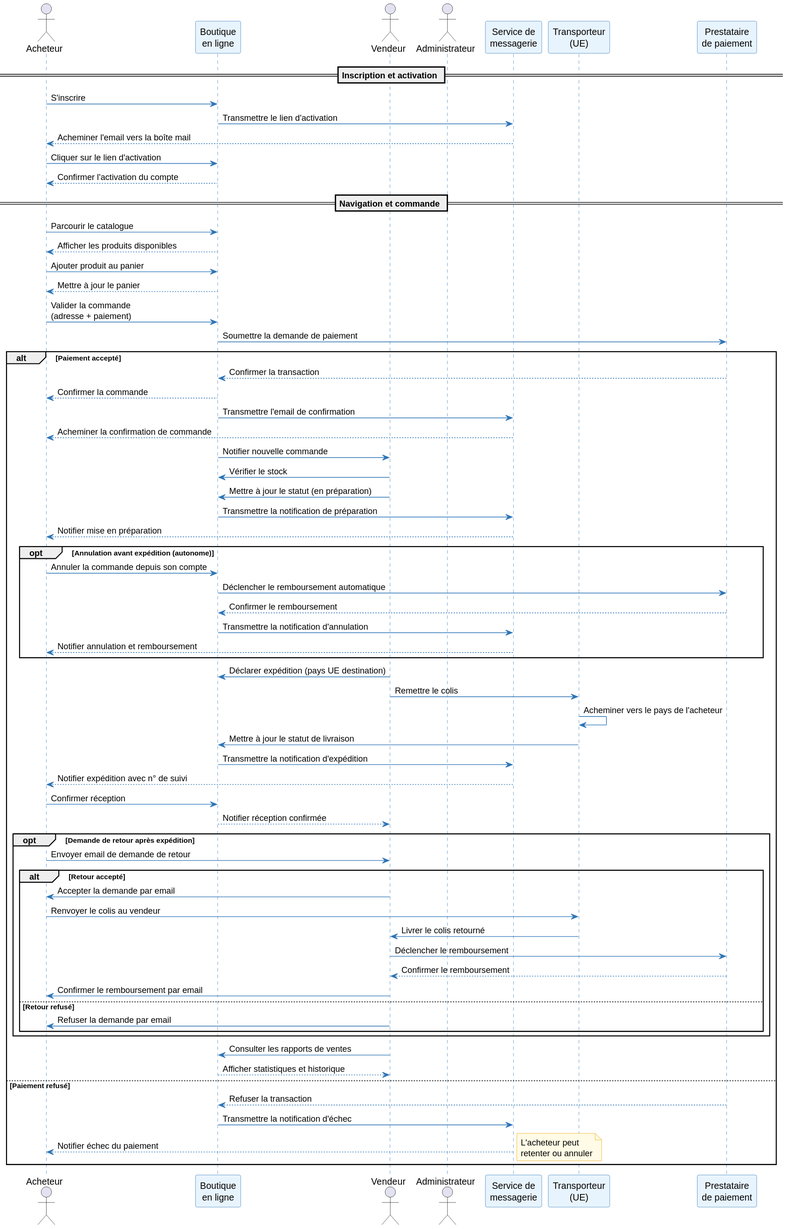
louistalvande/online_shop keeps this PlantUML diagram as architecture/01-operational-analysis/diagrams/oa-sequence.svg. Above is the earlier version. Its diagram source:
```plantuml
@startuml
skinparam sequenceArrowColor #2E75B6
skinparam sequenceParticipantBackgroundColor #E8F4FD
skinparam sequenceParticipantBorderColor #2E75B6
skinparam sequenceLifeLineBorderColor #2E75B6
skinparam noteBorderColor #F0A500
skinparam noteBackgroundColor #FFFBE6

actor Acheteur as Buyer
participant "Boutique\nen ligne" as Shop
actor Vendeur as Vendor
actor Administrateur as Admin
participant "Service de\nmessagerie" as Mail
participant "Transporteur\n(UE)" as Carrier
participant "Prestataire\nde paiement" as Payment

== Inscription et activation ==
Buyer -> Shop : S'inscrire
Shop -> Mail : Transmettre le lien d'activation
Mail --> Buyer : Acheminer l'email vers la boîte mail
Buyer -> Shop : Cliquer sur le lien d'activation
Shop --> Buyer : Confirmer l'activation du compte

== Navigation et commande ==
Buyer -> Shop : Parcourir le catalogue
Shop --> Buyer : Afficher les produits disponibles

Buyer -> Shop : Ajouter produit au panier
Shop --> Buyer : Mettre à jour le panier

Buyer -> Shop : Valider la commande\n(adresse + paiement)
Shop -> Payment : Soumettre la demande de paiement

alt Paiement accepté
  Payment --> Shop : Confirmer la transaction
  Shop --> Buyer : Confirmer la commande
  Shop -> Mail : Transmettre l'email de confirmation
  Mail --> Buyer : Acheminer la confirmation de commande
  Shop -> Vendor : Notifier nouvelle commande

  Vendor -> Shop : Vérifier le stock
  Vendor -> Shop : Mettre à jour le statut (en préparation)
  Shop -> Mail : Transmettre la notification de préparation
  Mail --> Buyer : Notifier mise en préparation

  opt Annulation avant expédition (autonome)
    Buyer -> Shop : Annuler la commande depuis son compte
    Shop -> Payment : Déclencher le remboursement automatique
    Payment --> Shop : Confirmer le remboursement
    Shop -> Mail : Transmettre la notification d'annulation
    Mail --> Buyer : Notifier annulation et remboursement
  end

  Vendor -> Shop : Déclarer expédition (pays UE destination)
  Vendor -> Carrier : Remettre le colis
  Carrier -> Carrier : Acheminer vers le pays de l'acheteur
  Carrier -> Shop : Mettre à jour le statut de livraison
  Shop -> Mail : Transmettre la notification d'expédition
  Mail --> Buyer : Notifier expédition avec n° de suivi

  Buyer -> Shop : Confirmer réception
  Shop --> Vendor : Notifier réception confirmée

  opt Demande de retour après expédition
    Buyer -> Vendor : Envoyer email de demande de retour
    alt Retour accepté
      Vendor -> Buyer : Accepter la demande par email
      Buyer -> Carrier : Renvoyer le colis au vendeur
      Carrier -> Vendor : Livrer le colis retourné
      Vendor -> Payment : Déclencher le remboursement
      Payment --> Vendor : Confirmer le remboursement
      Vendor -> Buyer : Confirmer le remboursement par email
    else Retour refusé
      Vendor -> Buyer : Refuser la demande par email
    end
  end

  Vendor -> Shop : Consulter les rapports de ventes
  Shop --> Vendor : Afficher statistiques et historique

else Paiement refusé
  Payment --> Shop : Refuser la transaction
  Shop -> Mail : Transmettre la notification d'échec
  Mail --> Buyer : Notifier échec du paiement
  note right : L'acheteur peut\nretenter ou annuler
end
@enduml
```
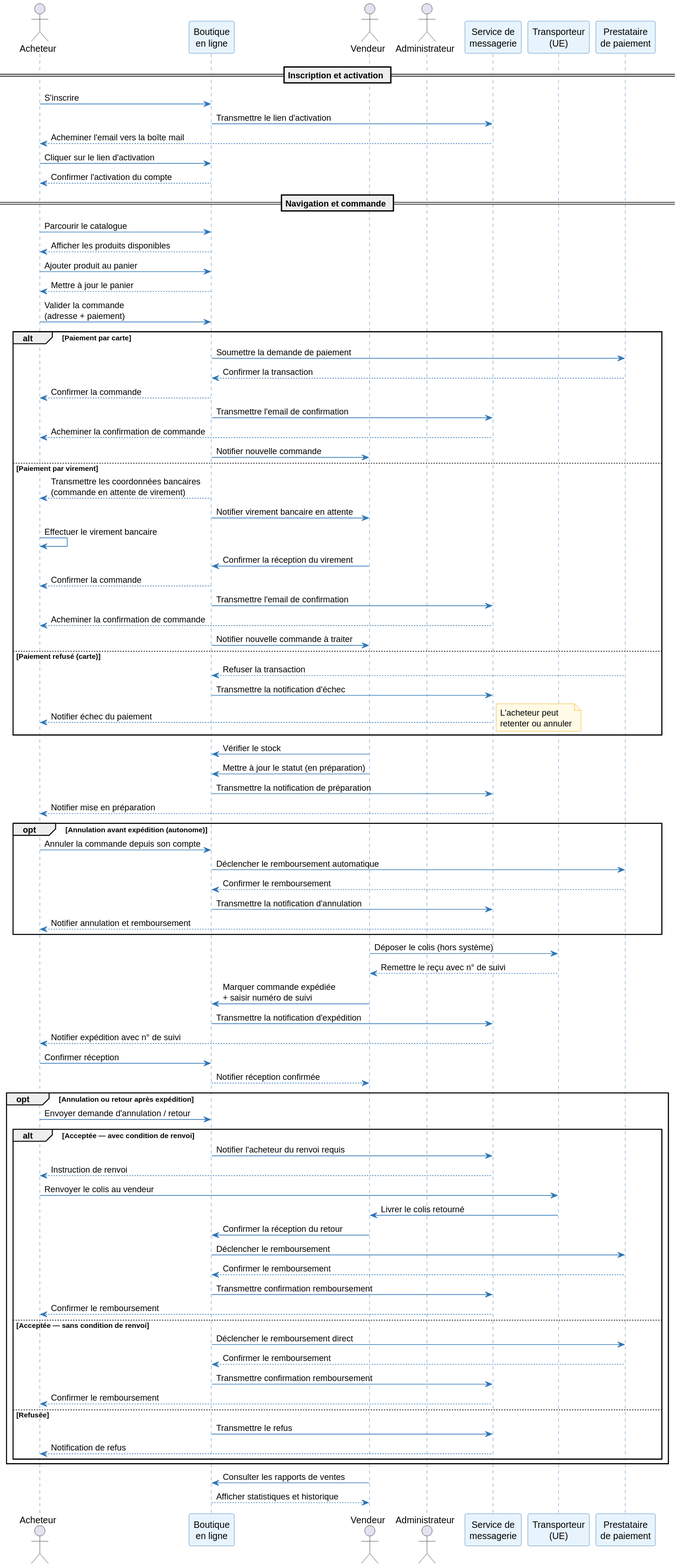
The same diagram one commit later.

What changed in the source:
```diff
@@ -29,14 +29,31 @@
 Shop --> Buyer : Mettre à jour le panier
 
 Buyer -> Shop : Valider la commande\n(adresse + paiement)
-Shop -> Payment : Soumettre la demande de paiement
 
-alt Paiement accepté
+alt Paiement par carte
+  Shop -> Payment : Soumettre la demande de paiement
   Payment --> Shop : Confirmer la transaction
   Shop --> Buyer : Confirmer la commande
   Shop -> Mail : Transmettre l'email de confirmation
   Mail --> Buyer : Acheminer la confirmation de commande
   Shop -> Vendor : Notifier nouvelle commande
+
+else Paiement par virement
+  Shop --> Buyer : Transmettre les coordonnées bancaires\n(commande en attente de virement)
+  Shop -> Vendor : Notifier virement bancaire en attente
+  Buyer -> Buyer : Effectuer le virement bancaire
+  Vendor -> Shop : Confirmer la réception du virement
+  Shop --> Buyer : Confirmer la commande
+  Shop -> Mail : Transmettre l'email de confirmation
+  Mail --> Buyer : Acheminer la confirmation de commande
+  Shop -> Vendor : Notifier nouvelle commande à traiter
+
+else Paiement refusé (carte)
+  Payment --> Shop : Refuser la transaction
+  Shop -> Mail : Transmettre la notification d'échec
+  Mail --> Buyer : Notifier échec du paiement
+  note right : L'acheteur peut\nretenter ou annuler
+end
 
   Vendor -> Shop : Vérifier le stock
   Vendor -> Shop : Mettre à jour le statut (en préparation)
@@ -51,37 +68,38 @@
     Mail --> Buyer : Notifier annulation et remboursement
   end
 
-  Vendor -> Shop : Déclarer expédition (pays UE destination)
-  Vendor -> Carrier : Remettre le colis
-  Carrier -> Carrier : Acheminer vers le pays de l'acheteur
-  Carrier -> Shop : Mettre à jour le statut de livraison
+  Vendor -> Carrier : Déposer le colis (hors système)
+  Carrier --> Vendor : Remettre le reçu avec n° de suivi
+  Vendor -> Shop : Marquer commande expédiée\n+ saisir numéro de suivi
   Shop -> Mail : Transmettre la notification d'expédition
   Mail --> Buyer : Notifier expédition avec n° de suivi
 
   Buyer -> Shop : Confirmer réception
   Shop --> Vendor : Notifier réception confirmée
 
-  opt Demande de retour après expédition
-    Buyer -> Vendor : Envoyer email de demande de retour
-    alt Retour accepté
-      Vendor -> Buyer : Accepter la demande par email
+  opt Annulation ou retour après expédition
+    Buyer -> Shop : Envoyer demande d'annulation / retour
+    alt Acceptée — avec condition de renvoi
+      Shop -> Mail : Notifier l'acheteur du renvoi requis
+      Mail --> Buyer : Instruction de renvoi
       Buyer -> Carrier : Renvoyer le colis au vendeur
       Carrier -> Vendor : Livrer le colis retourné
-      Vendor -> Payment : Déclencher le remboursement
-      Payment --> Vendor : Confirmer le remboursement
-      Vendor -> Buyer : Confirmer le remboursement par email
-    else Retour refusé
-      Vendor -> Buyer : Refuser la demande par email
+      Vendor -> Shop : Confirmer la réception du retour
+      Shop -> Payment : Déclencher le remboursement
+      Payment --> Shop : Confirmer le remboursement
+      Shop -> Mail : Transmettre confirmation remboursement
+      Mail --> Buyer : Confirmer le remboursement
+    else Acceptée — sans condition de renvoi
+      Shop -> Payment : Déclencher le remboursement direct
+      Payment --> Shop : Confirmer le remboursement
+      Shop -> Mail : Transmettre confirmation remboursement
+      Mail --> Buyer : Confirmer le remboursement
+    else Refusée
+      Shop -> Mail : Transmettre le refus
+      Mail --> Buyer : Notification de refus
     end
   end
 
   Vendor -> Shop : Consulter les rapports de ventes
   Shop --> Vendor : Afficher statistiques et historique
-
-else Paiement refusé
-  Payment --> Shop : Refuser la transaction
-  Shop -> Mail : Transmettre la notification d'échec
-  Mail --> Buyer : Notifier échec du paiement
-  note right : L'acheteur peut\nretenter ou annuler
-end
 @enduml
```
